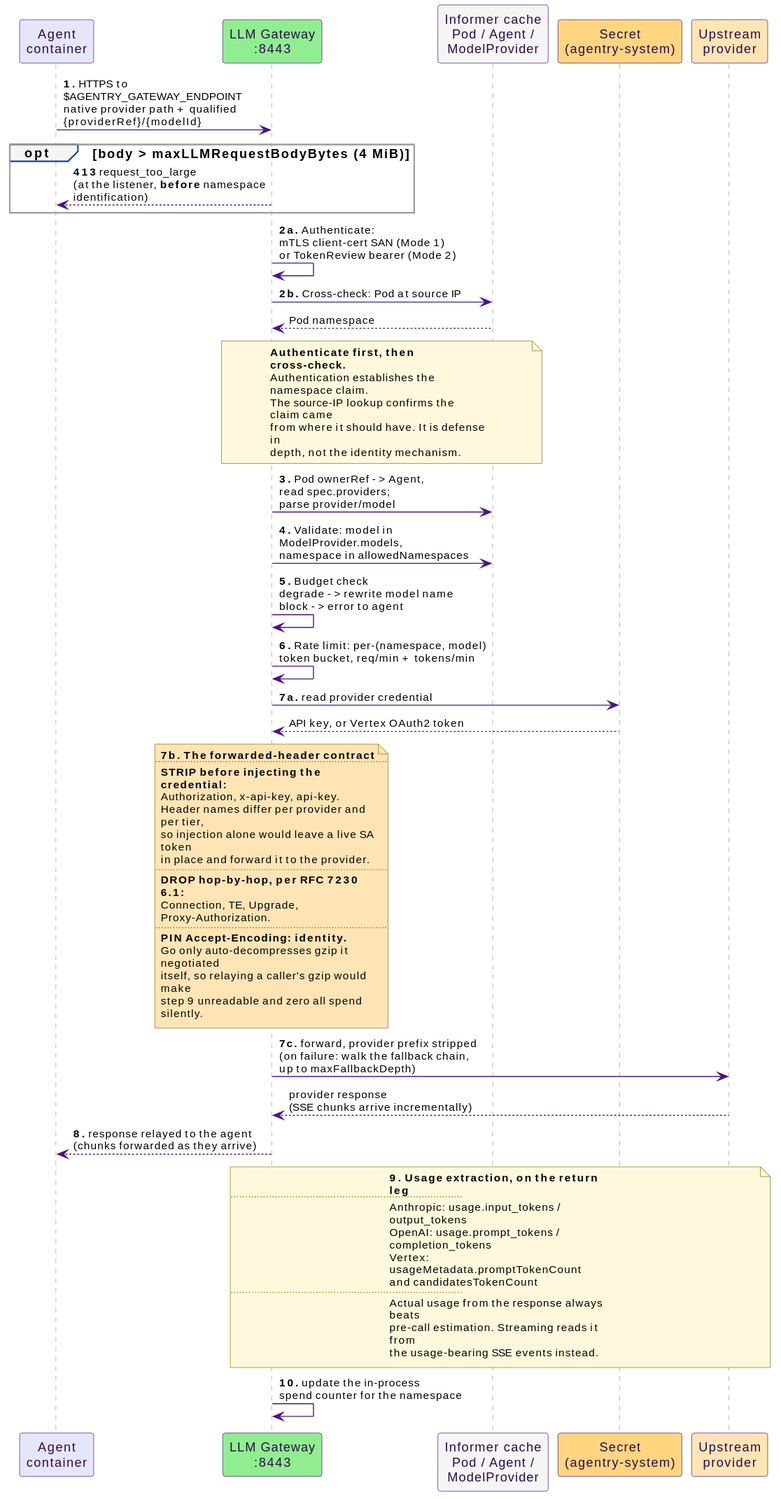
Above: docs/src/diagrams/llm-request-flow.svg in win07xp/kaalm (PlantUML), before the change.
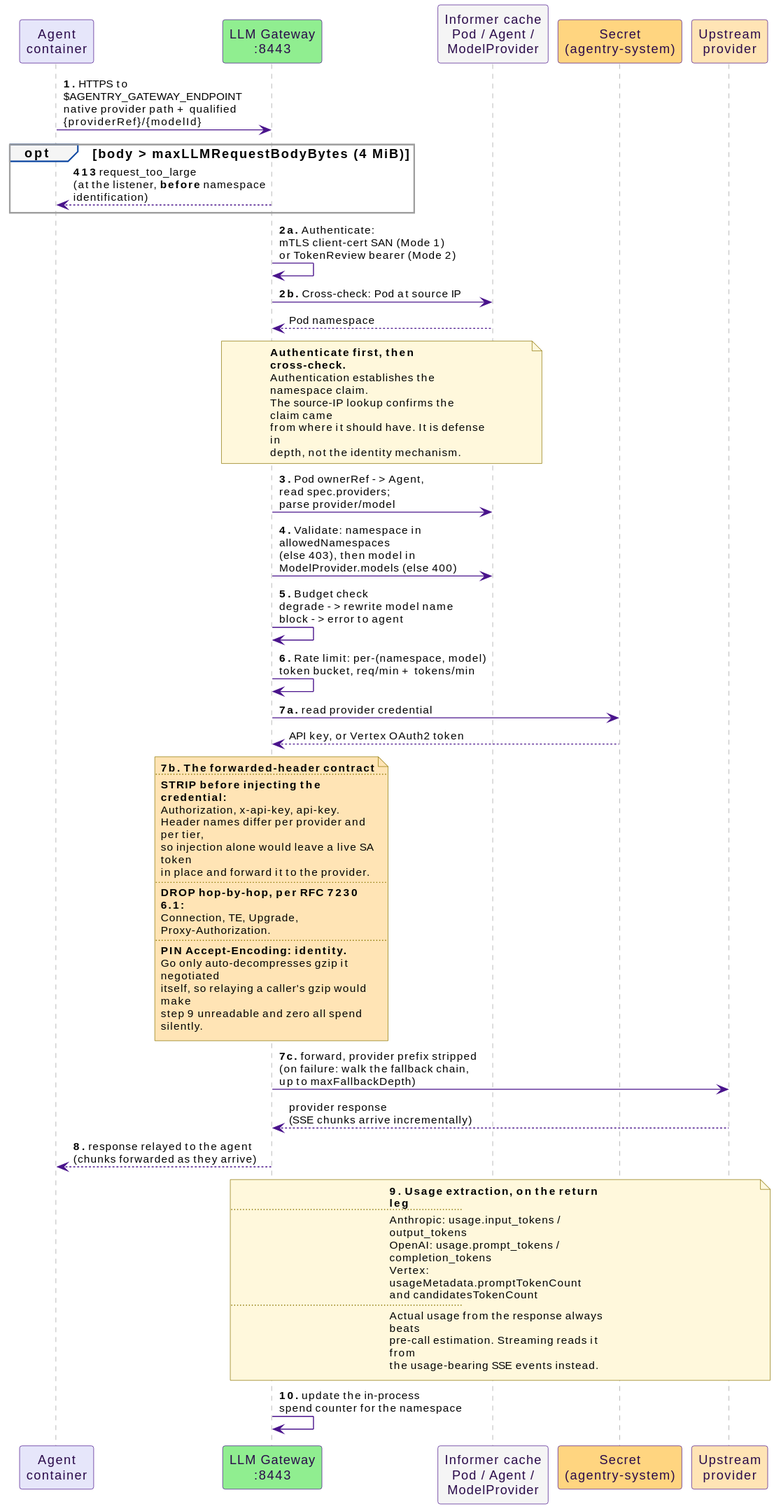
The same diagram one commit later.

Change to the diagram source:
```diff
@@ -24,7 +24,7 @@
 end note
 
 gw -> inf : **3.** Pod ownerRef -> Agent,\nread spec.providers;\nparse provider/model
-gw -> inf : **4.** Validate: model in ModelProvider.models,\nnamespace in allowedNamespaces
+gw -> inf : **4.** Validate: namespace in allowedNamespaces\n(else 403), then model in ModelProvider.models (else 400)
 gw -> gw : **5.** Budget check\ndegrade -> rewrite model name\nblock -> error to agent
 gw -> gw : **6.** Rate limit: per-(namespace, model)\ntoken bucket, req/min + tokens/min
 
```
